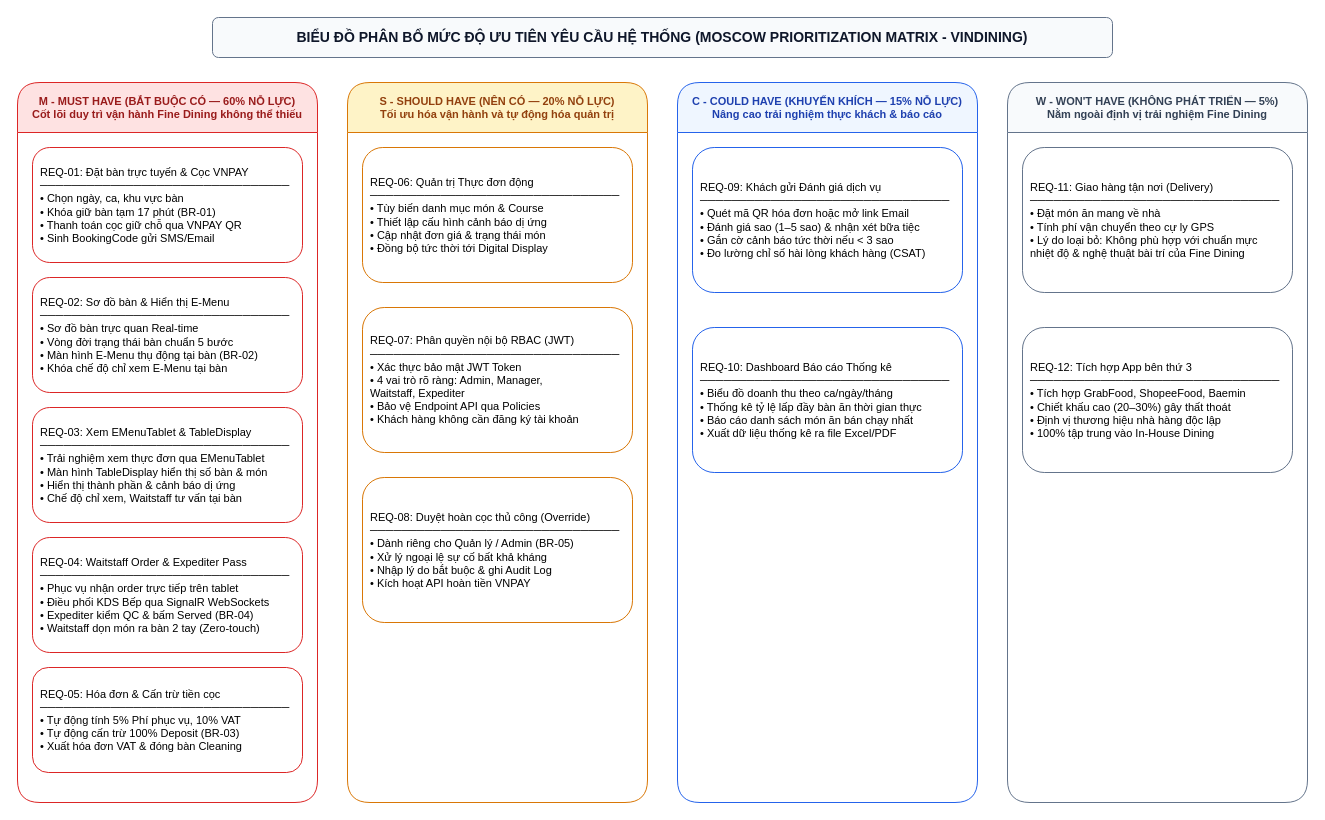
Earlier version of the draw.io diagram docs/phase1/drawio/moscow_prioritization.drawio (AndrewQng/VinDining). Source tidied: cells renumbered, new cells numbered last; positions are measured from the earlier drawing's top-left corner, leaving out a move shared by most shapes. Both pictures are drawn from the tidied source at 100%, with x=0, y=0 at pixel (17, 17).
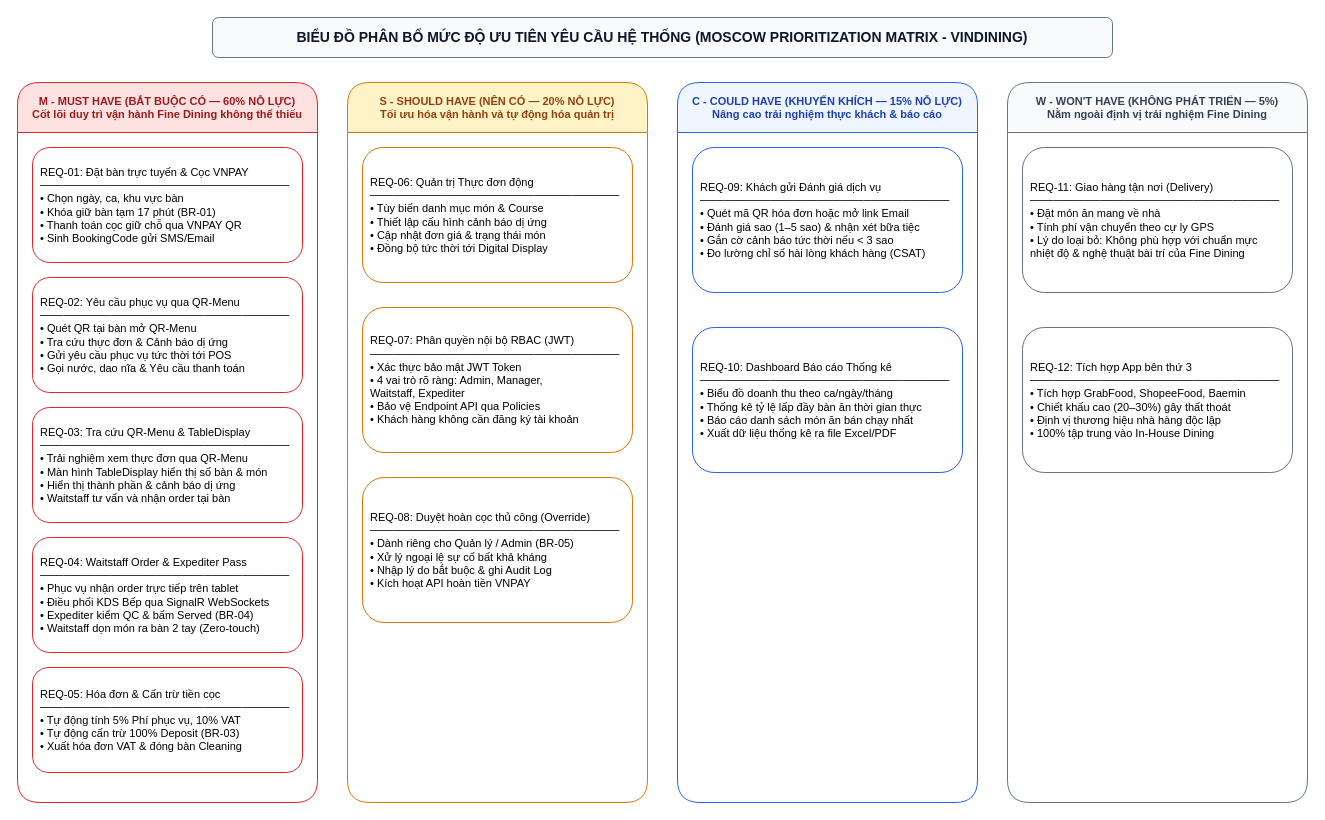
Above is the later version.

What changed in the source:
```diff
@@
 <mxGraphModel>
   <root>
     <mxCell id="0" />
     <mxCell id="1" parent="0" />
     <mxCell id="2" value="BIỂU ĐỒ PHÂN BỔ MỨC ĐỘ ƯU TIÊN YÊU CẦU HỆ THỐNG (MOSCOW PRIORITIZATION MATRIX - VINDINING)" style="rounded=1;whiteSpace=wrap;html=1;fillColor=#f8fafc;strokeColor=#64748b;fontStyle=1;fontSize=14;fontColor=#0f172a;" parent="1" vertex="1">
       <mxGeometry x="195" width="900" height="40" as="geometry" />
     </mxCell>
     <mxCell id="3" value="M - MUST HAVE (BẮT BUỘC CÓ — 60% NỖ LỰC)&#10;Cốt lõi duy trì vận hành Fine Dining không thể thiếu" style="swimlane;startSize=50;fillColor=#fee2e2;strokeColor=#dc2626;fontStyle=1;rounded=1;fontSize=11;fontColor=#991b1b;" parent="1" vertex="1">
       <mxGeometry y="65" width="300" height="720" as="geometry" />
     </mxCell>
     <mxCell id="4" value="REQ-01: Đặt bàn trực tuyến &amp; Cọc VNPAY&#10;────────────────────────────────&#10;• Chọn ngày, ca, khu vực bàn&#10;• Khóa giữ bàn tạm 17 phút (BR-01)&#10;• Thanh toán cọc giữ chỗ qua VNPAY QR&#10;• Sinh BookingCode gửi SMS/Email" style="rounded=1;whiteSpace=wrap;html=1;fillColor=#ffffff;strokeColor=#dc2626;align=left;spacing=8;fontSize=11;" parent="3" vertex="1">
       <mxGeometry x="15" y="65" width="270" height="115" as="geometry" />
     </mxCell>
-    <mxCell id="5" value="REQ-02: Sơ đồ bàn &amp; Hiển thị E-Menu&#10;────────────────────────────────&#10;• Sơ đồ bàn trực quan Real-time&#10;• Vòng đời trạng thái bàn chuẩn 5 bước&#10;• Màn hình E-Menu thụ động tại bàn (BR-02)&#10;• Khóa chế độ chỉ xem E-Menu tại bàn" style="rounded=1;whiteSpace=wrap;html=1;fillColor=#ffffff;strokeColor=#dc2626;align=left;spacing=8;fontSize=11;" parent="3" vertex="1">
+    <mxCell id="5" value="REQ-02: Yêu cầu phục vụ qua QR-Menu&#10;────────────────────────────────&#10;• Quét QR tại bàn mở QR-Menu&#10;• Tra cứu thực đơn &amp; Cảnh báo dị ứng&#10;• Gửi yêu cầu phục vụ tức thời tới POS&#10;• Gọi nước, dao nĩa &amp; Yêu cầu thanh toán" style="rounded=1;whiteSpace=wrap;html=1;fillColor=#ffffff;strokeColor=#dc2626;align=left;spacing=8;fontSize=11;" parent="3" vertex="1">
       <mxGeometry x="15" y="195" width="270" height="115" as="geometry" />
     </mxCell>
-    <mxCell id="6" value="REQ-03: Xem EMenuTablet &amp; TableDisplay&#10;────────────────────────────────&#10;• Trải nghiệm xem thực đơn qua EMenuTablet&#10;• Màn hình TableDisplay hiển thị số bàn &amp; món&#10;• Hiển thị thành phần &amp; cảnh báo dị ứng&#10;• Chế độ chỉ xem, Waitstaff tư vấn tại bàn" style="rounded=1;whiteSpace=wrap;html=1;fillColor=#ffffff;strokeColor=#dc2626;align=left;spacing=8;fontSize=11;" parent="3" vertex="1">
+    <mxCell id="6" value="REQ-03: Tra cứu QR-Menu &amp; TableDisplay&#10;────────────────────────────────&#10;• Trải nghiệm xem thực đơn qua QR-Menu&#10;• Màn hình TableDisplay hiển thị số bàn &amp; món&#10;• Hiển thị thành phần &amp; cảnh báo dị ứng&#10;• Waitstaff tư vấn và nhận order tại bàn" style="rounded=1;whiteSpace=wrap;html=1;fillColor=#ffffff;strokeColor=#dc2626;align=left;spacing=8;fontSize=11;" parent="3" vertex="1">
       <mxGeometry x="15" y="325" width="270" height="115" as="geometry" />
     </mxCell>
     <mxCell id="7" value="REQ-04: Waitstaff Order &amp; Expediter Pass&#10;────────────────────────────────&#10;• Phục vụ nhận order trực tiếp trên tablet&#10;• Điều phối KDS Bếp qua SignalR WebSockets&#10;• Expediter kiểm QC &amp; bấm Served (BR-04)&#10;• Waitstaff dọn món ra bàn 2 tay (Zero-touch)" style="rounded=1;whiteSpace=wrap;html=1;fillColor=#ffffff;strokeColor=#dc2626;align=left;spacing=8;fontSize=11;" parent="3" vertex="1">
       <mxGeometry x="15" y="455" width="270" height="115" as="geometry" />
     </mxCell>
     <mxCell id="8" value="REQ-05: Hóa đơn &amp; Cấn trừ tiền cọc&#10;────────────────────────────────&#10;• Tự động tính 5% Phí phục vụ, 10% VAT&#10;• Tự động cấn trừ 100% Deposit (BR-03)&#10;• Xuất hóa đơn VAT &amp; đóng bàn Cleaning" style="rounded=1;whiteSpace=wrap;html=1;fillColor=#ffffff;strokeColor=#dc2626;align=left;spacing=8;fontSize=11;" parent="3" vertex="1">
       <mxGeometry x="15" y="585" width="270" height="105" as="geometry" />
     </mxCell>
     <mxCell id="9" value="S - SHOULD HAVE (NÊN CÓ — 20% NỖ LỰC)&#10;Tối ưu hóa vận hành và tự động hóa quản trị" style="swimlane;startSize=50;fillColor=#fef3c7;strokeColor=#d97706;fontStyle=1;rounded=1;fontSize=11;fontColor=#92400e;" parent="1" vertex="1">
       <mxGeometry x="330" y="65" width="300" height="720" as="geometry" />
     </mxCell>
     <mxCell id="10" value="REQ-06: Quản trị Thực đơn động&#10;────────────────────────────────&#10;• Tùy biến danh mục món &amp; Course&#10;• Thiết lập cấu hình cảnh báo dị ứng&#10;• Cập nhật đơn giá &amp; trạng thái món&#10;• Đồng bộ tức thời tới Digital Display" style="rounded=1;whiteSpace=wrap;html=1;fillColor=#ffffff;strokeColor=#d97706;align=left;spacing=8;fontSize=11;" parent="9" vertex="1">
       <mxGeometry x="15" y="65" width="270" height="135" as="geometry" />
     </mxCell>
     <mxCell id="11" value="REQ-07: Phân quyền nội bộ RBAC (JWT)&#10;────────────────────────────────&#10;• Xác thực bảo mật JWT Token&#10;• 4 vai trò rõ ràng: Admin, Manager,&#10;  Waitstaff, Expediter&#10;• Bảo vệ Endpoint API qua Policies&#10;• Khách hàng không cần đăng ký tài khoản" style="rounded=1;whiteSpace=wrap;html=1;fillColor=#ffffff;strokeColor=#d97706;align=left;spacing=8;fontSize=11;" parent="9" vertex="1">
       <mxGeometry x="15" y="225" width="270" height="145" as="geometry" />
     </mxCell>
     <mxCell id="12" value="REQ-08: Duyệt hoàn cọc thủ công (Override)&#10;────────────────────────────────&#10;• Dành riêng cho Quản lý / Admin (BR-05)&#10;• Xử lý ngoại lệ sự cố bất khả kháng&#10;• Nhập lý do bắt buộc &amp; ghi Audit Log&#10;• Kích hoạt API hoàn tiền VNPAY" style="rounded=1;whiteSpace=wrap;html=1;fillColor=#ffffff;strokeColor=#d97706;align=left;spacing=8;fontSize=11;" parent="9" vertex="1">
       <mxGeometry x="15" y="395" width="270" height="145" as="geometry" />
     </mxCell>
     <mxCell id="13" value="C - COULD HAVE (KHUYẾN KHÍCH — 15% NỖ LỰC)&#10;Nâng cao trải nghiệm thực khách &amp; báo cáo" style="swimlane;startSize=50;fillColor=#eff6ff;strokeColor=#2563eb;fontStyle=1;rounded=1;fontSize=11;fontColor=#1e40af;" parent="1" vertex="1">
       <mxGeometry x="660" y="65" width="300" height="720" as="geometry" />
     </mxCell>
     <mxCell id="14" value="REQ-09: Khách gửi Đánh giá dịch vụ&#10;────────────────────────────────&#10;• Quét mã QR hóa đơn hoặc mở link Email&#10;• Đánh giá sao (1–5 sao) &amp; nhận xét bữa tiệc&#10;• Gắn cờ cảnh báo tức thời nếu &lt; 3 sao&#10;• Đo lường chỉ số hài lòng khách hàng (CSAT)" style="rounded=1;whiteSpace=wrap;html=1;fillColor=#ffffff;strokeColor=#2563eb;align=left;spacing=8;fontSize=11;" parent="13" vertex="1">
       <mxGeometry x="15" y="65" width="270" height="145" as="geometry" />
     </mxCell>
     <mxCell id="15" value="REQ-10: Dashboard Báo cáo Thống kê&#10;────────────────────────────────&#10;• Biểu đồ doanh thu theo ca/ngày/tháng&#10;• Thống kê tỷ lệ lấp đầy bàn ăn thời gian thực&#10;• Báo cáo danh sách món ăn bán chạy nhất&#10;• Xuất dữ liệu thống kê ra file Excel/PDF" style="rounded=1;whiteSpace=wrap;html=1;fillColor=#ffffff;strokeColor=#2563eb;align=left;spacing=8;fontSize=11;" parent="13" vertex="1">
       <mxGeometry x="15" y="245" width="270" height="145" as="geometry" />
     </mxCell>
     <mxCell id="16" value="W - WON'T HAVE (KHÔNG PHÁT TRIỂN — 5%)&#10;Nằm ngoài định vị trải nghiệm Fine Dining" style="swimlane;startSize=50;fillColor=#f8fafc;strokeColor=#64748b;fontStyle=1;rounded=1;fontSize=11;fontColor=#334155;" parent="1" vertex="1">
       <mxGeometry x="990" y="65" width="300" height="720" as="geometry" />
     </mxCell>
     <mxCell id="17" value="REQ-11: Giao hàng tận nơi (Delivery)&#10;────────────────────────────────&#10;• Đặt món ăn mang về nhà&#10;• Tính phí vận chuyển theo cự ly GPS&#10;• Lý do loại bỏ: Không phù hợp với chuẩn mực&#10;  nhiệt độ &amp; nghệ thuật bài trí của Fine Dining" style="rounded=1;whiteSpace=wrap;html=1;fillColor=#ffffff;strokeColor=#64748b;align=left;spacing=8;fontSize=11;" parent="16" vertex="1">
       <mxGeometry x="15" y="65" width="270" height="145" as="geometry" />
     </mxCell>
     <mxCell id="18" value="REQ-12: Tích hợp App bên thứ 3&#10;────────────────────────────────&#10;• Tích hợp GrabFood, ShopeeFood, Baemin&#10;• Chiết khấu cao (20–30%) gây thất thoát&#10;• Định vị thương hiệu nhà hàng độc lập&#10;• 100% tập trung vào In-House Dining" style="rounded=1;whiteSpace=wrap;html=1;fillColor=#ffffff;strokeColor=#64748b;align=left;spacing=8;fontSize=11;" parent="16" vertex="1">
       <mxGeometry x="15" y="245" width="270" height="145" as="geometry" />
     </mxCell>
   </root>
 </mxGraphModel>
```
